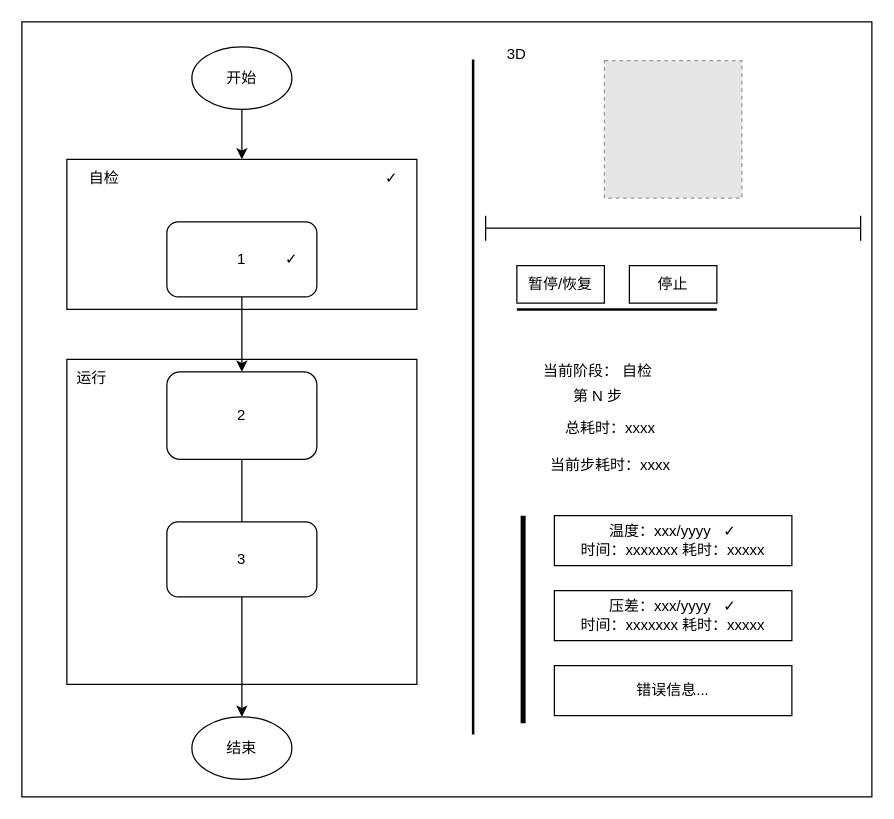
The draw.io diagram 程序运行监控页面.drawio in liz2m/draw.images, before the edit. Source tidied: cells renumbered, new cells numbered last; positions are measured from the earlier drawing's top-left corner, leaving out a move shared by most shapes. Both pictures are drawn from the tidied source at 125%, with x=0, y=0 at pixel (21, 21). Pictures stored in the file or linked from it are replaced by grey dashed boxes.
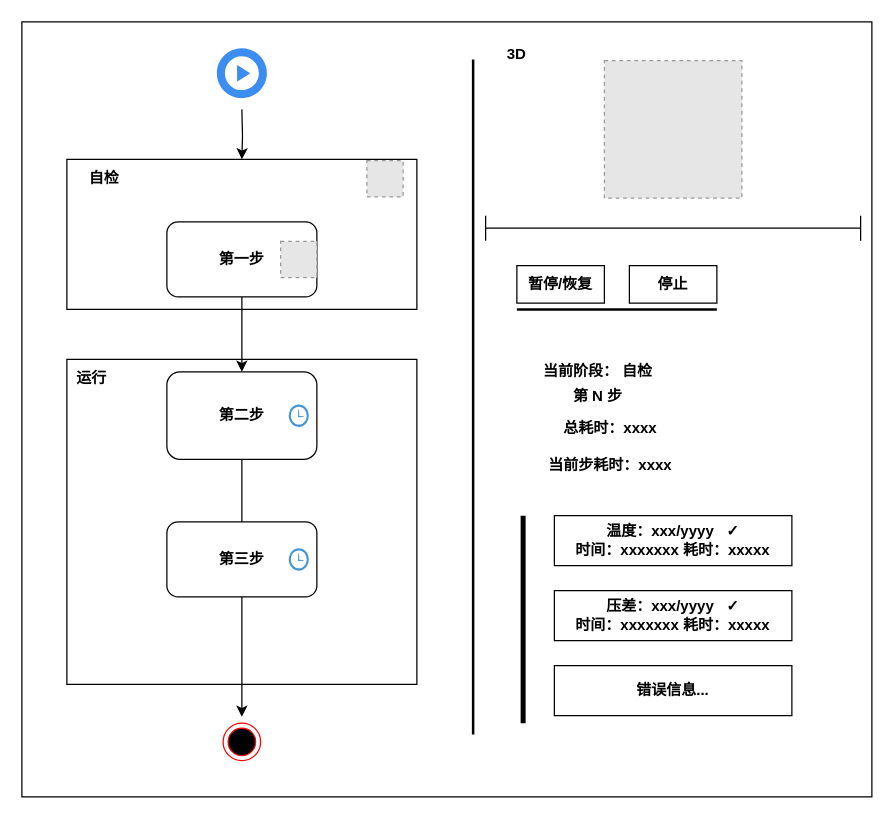
After the change.

Commit message (it also covers changes not shown here):
更新程序运行监控页面.drawio

What changed in the source:
```diff
@@
-    <mxCell id="2" style="rounded=0;whiteSpace=wrap;html=1;" parent="1" vertex="1">
+    <mxCell id="2" style="rounded=0;whiteSpace=wrap;html=1;fontStyle=1;" parent="1" vertex="1">
       <mxGeometry width="680" height="620" as="geometry" />
     </mxCell>
-    <mxCell id="3" style="rounded=0;whiteSpace=wrap;html=1;" parent="1" vertex="1">
+    <mxCell id="3" style="rounded=0;whiteSpace=wrap;html=1;fontStyle=1;" parent="1" vertex="1">
       <mxGeometry x="36" y="270" width="280" height="260" as="geometry" />
     </mxCell>
-    <mxCell id="4" style="rounded=0;whiteSpace=wrap;html=1;" parent="1" vertex="1">
+    <mxCell id="4" style="rounded=0;whiteSpace=wrap;html=1;fontStyle=1;" parent="1" vertex="1">
       <mxGeometry x="36" y="110" width="280" height="120" as="geometry" />
     </mxCell>
-    <mxCell id="5" style="edgeStyle=orthogonalEdgeStyle;rounded=0;jettySize=auto;html=1;entryX=0.5;entryY=0;entryDx=0;entryDy=0;" parent="1" edge="1" source="6" target="9">
+    <mxCell id="5" style="edgeStyle=orthogonalEdgeStyle;rounded=0;jettySize=auto;html=1;entryX=0.5;entryY=0;entryDx=0;entryDy=0;fontStyle=1;" parent="1" edge="1" source="6" target="9">
       <mxGeometry relative="1" as="geometry" />
     </mxCell>
-    <mxCell id="6" value="1" style="rounded=1;whiteSpace=wrap;html=1;" parent="1" vertex="1">
+    <mxCell id="6" value="第一步" style="rounded=1;whiteSpace=wrap;html=1;fontStyle=1;" parent="1" vertex="1">
       <mxGeometry x="116" y="160" width="120" height="60" as="geometry" />
     </mxCell>
-    <mxCell id="7" value="温度：xxx/yyyy&amp;nbsp; &amp;nbsp;✓&lt;br&gt;时间：xxxxxxx 耗时：xxxxx" style="rounded=0;whiteSpace=wrap;html=1;" parent="1" vertex="1">
+    <mxCell id="7" value="温度：xxx/yyyy&amp;nbsp; &amp;nbsp;✓&lt;br&gt;时间：xxxxxxx 耗时：xxxxx" style="rounded=0;whiteSpace=wrap;html=1;fontStyle=1;" parent="1" vertex="1">
       <mxGeometry x="426" y="395" width="190" height="40" as="geometry" />
     </mxCell>
-    <mxCell id="8" style="edgeStyle=orthogonalEdgeStyle;rounded=0;jettySize=auto;html=1;entryX=0.5;entryY=0;entryDx=0;entryDy=0;" parent="1" edge="1" source="9" target="27">
-      <mxGeometry relative="1" as="geometry" />
+    <mxCell id="8" style="edgeStyle=orthogonalEdgeStyle;rounded=0;jettySize=auto;html=1;entryX=0.5;entryY=0;entryDx=0;entryDy=0;fontStyle=1;" parent="1" edge="1" source="9">
+      <mxGeometry relative="1" as="geometry">
+        <mxPoint x="176" y="556" as="targetPoint" />
+      </mxGeometry>
     </mxCell>
-    <mxCell id="9" value="2" style="rounded=1;whiteSpace=wrap;html=1;" parent="1" vertex="1">
+    <mxCell id="9" value="第二步" style="rounded=1;whiteSpace=wrap;html=1;fontStyle=1;" parent="1" vertex="1">
       <mxGeometry x="116" y="280" width="120" height="70" as="geometry" />
     </mxCell>
-    <mxCell id="10" value="压差：xxx/yyyy&amp;nbsp; &amp;nbsp;✓&lt;br&gt;时间：xxxxxxx 耗时：xxxxx" style="rounded=0;whiteSpace=wrap;html=1;" parent="1" vertex="1">
+    <mxCell id="10" value="压差：xxx/yyyy&amp;nbsp; &amp;nbsp;✓&lt;br&gt;时间：xxxxxxx 耗时：xxxxx" style="rounded=0;whiteSpace=wrap;html=1;fontStyle=1;" parent="1" vertex="1">
       <mxGeometry x="426" y="455" width="190" height="40" as="geometry" />
     </mxCell>
-    <mxCell id="11" value="3" style="rounded=1;whiteSpace=wrap;html=1;" parent="1" vertex="1">
+    <mxCell id="11" value="第三步" style="rounded=1;whiteSpace=wrap;html=1;fontStyle=1;" parent="1" vertex="1">
       <mxGeometry x="116" y="400" width="120" height="60" as="geometry" />
     </mxCell>
-    <mxCell id="12" value="自检" style="text;html=1;align=center;verticalAlign=middle;whiteSpace=wrap;rounded=0;" parent="1" vertex="1">
+    <mxCell id="12" value="自检" style="text;html=1;align=center;verticalAlign=middle;whiteSpace=wrap;rounded=0;fontStyle=1;" parent="1" vertex="1">
       <mxGeometry x="36" y="110" width="60" height="30" as="geometry" />
     </mxCell>
-    <mxCell id="13" style="edgeStyle=orthogonalEdgeStyle;rounded=0;jettySize=auto;html=1;" parent="1" edge="1" source="14" target="4">
-      <mxGeometry relative="1" as="geometry" />
+    <mxCell id="13" style="edgeStyle=orthogonalEdgeStyle;rounded=0;jettySize=auto;html=1;fontStyle=1;" parent="1" edge="1" target="4">
+      <mxGeometry relative="1" as="geometry">
+        <mxPoint x="176" y="70" as="sourcePoint" />
+      </mxGeometry>
     </mxCell>
-    <mxCell id="14" value="开始" style="ellipse;whiteSpace=wrap;html=1;" parent="1" vertex="1">
-      <mxGeometry x="136" y="20" width="80" height="50" as="geometry" />
-    </mxCell>
-    <mxCell id="15" style="line;strokeWidth=2;direction=south;html=1;" parent="1" vertex="1">
+    <mxCell id="15" style="line;strokeWidth=2;direction=south;html=1;fontStyle=1;" parent="1" vertex="1">
       <mxGeometry x="356" y="30" width="10" height="540" as="geometry" />
     </mxCell>
-    <mxCell id="16" style="line;strokeWidth=2;html=1;" parent="1" vertex="1">
+    <mxCell id="16" style="line;strokeWidth=2;html=1;fontStyle=1;" parent="1" vertex="1">
       <mxGeometry x="396" y="225" width="160" height="10" as="geometry" />
     </mxCell>
-    <mxCell id="17" value="暂停/恢复" style="rounded=0;whiteSpace=wrap;html=1;" parent="1" vertex="1">
+    <mxCell id="17" value="暂停/恢复" style="rounded=0;whiteSpace=wrap;html=1;fontStyle=1;" parent="1" vertex="1">
       <mxGeometry x="396" y="195" width="70" height="30" as="geometry" />
     </mxCell>
-    <mxCell id="18" value="停止" style="rounded=0;whiteSpace=wrap;html=1;" parent="1" vertex="1">
+    <mxCell id="18" value="停止" style="rounded=0;whiteSpace=wrap;html=1;fontStyle=1;" parent="1" vertex="1">
       <mxGeometry x="486" y="195" width="70" height="30" as="geometry" />
     </mxCell>
-    <mxCell id="19" value="运行" style="text;html=1;align=center;verticalAlign=middle;whiteSpace=wrap;rounded=0;" parent="1" vertex="1">
+    <mxCell id="19" value="运行" style="text;html=1;align=center;verticalAlign=middle;whiteSpace=wrap;rounded=0;fontStyle=1;" parent="1" vertex="1">
       <mxGeometry x="26" y="270" width="60" height="30" as="geometry" />
     </mxCell>
-    <mxCell id="20" style="line;strokeWidth=4;direction=south;html=1;perimeter=backbonePerimeter;" parent="1" vertex="1">
+    <mxCell id="20" style="line;strokeWidth=4;direction=south;html=1;perimeter=backbonePerimeter;fontStyle=1;" parent="1" vertex="1">
       <mxGeometry x="396" y="395" width="10" height="166" as="geometry" />
     </mxCell>
-    <mxCell id="21" value="当前阶段： 自检" style="text;html=1;align=center;verticalAlign=middle;whiteSpace=wrap;rounded=0;" parent="1" vertex="1">
+    <mxCell id="21" value="当前阶段： 自检" style="text;html=1;align=center;verticalAlign=middle;whiteSpace=wrap;rounded=0;fontStyle=1;" parent="1" vertex="1">
       <mxGeometry x="396" y="265" width="130" height="30" as="geometry" />
     </mxCell>
-    <mxCell id="22" value="第 N 步" style="text;html=1;align=center;verticalAlign=middle;whiteSpace=wrap;rounded=0;" parent="1" vertex="1">
+    <mxCell id="22" value="第 N 步" style="text;html=1;align=center;verticalAlign=middle;whiteSpace=wrap;rounded=0;fontStyle=1;" parent="1" vertex="1">
       <mxGeometry x="396" y="285" width="130" height="30" as="geometry" />
     </mxCell>
-    <mxCell id="23" value="总耗时：xxxx" style="text;html=1;align=center;verticalAlign=middle;whiteSpace=wrap;rounded=0;" parent="1" vertex="1">
+    <mxCell id="23" value="总耗时：xxxx" style="text;html=1;align=center;verticalAlign=middle;whiteSpace=wrap;rounded=0;fontStyle=1;" parent="1" vertex="1">
       <mxGeometry x="406" y="310" width="130" height="30" as="geometry" />
     </mxCell>
-    <mxCell id="24" value="当前步耗时：xxxx" style="text;html=1;align=center;verticalAlign=middle;whiteSpace=wrap;rounded=0;" parent="1" vertex="1">
+    <mxCell id="24" value="当前步耗时：xxxx" style="text;html=1;align=center;verticalAlign=middle;whiteSpace=wrap;rounded=0;fontStyle=1;" parent="1" vertex="1">
       <mxGeometry x="406" y="340" width="130" height="30" as="geometry" />
     </mxCell>
-    <mxCell id="25" value="✓" style="text;html=1;align=center;verticalAlign=middle;whiteSpace=wrap;rounded=0;" parent="1" vertex="1">
-      <mxGeometry x="186" y="175" width="60" height="30" as="geometry" />
-    </mxCell>
-    <mxCell id="26" value="✓" style="text;html=1;align=center;verticalAlign=middle;whiteSpace=wrap;rounded=0;" parent="1" vertex="1">
-      <mxGeometry x="266" y="110" width="60" height="30" as="geometry" />
-    </mxCell>
-    <mxCell id="27" value="结束" style="ellipse;whiteSpace=wrap;html=1;" parent="1" vertex="1">
-      <mxGeometry x="136" y="556" width="80" height="50" as="geometry" />
-    </mxCell>
-    <mxCell id="28" value="错误信息..." style="rounded=0;whiteSpace=wrap;html=1;" parent="1" vertex="1">
+    <mxCell id="28" value="错误信息..." style="rounded=0;whiteSpace=wrap;html=1;fontStyle=1;" parent="1" vertex="1">
       <mxGeometry x="426" y="515" width="190" height="40" as="geometry" />
     </mxCell>
-    <mxCell id="29" style="shape=crossbar;whiteSpace=wrap;html=1;rounded=1;" parent="1" vertex="1">
+    <mxCell id="29" style="shape=crossbar;whiteSpace=wrap;html=1;rounded=1;fontStyle=1;" parent="1" vertex="1">
       <mxGeometry x="371" y="155" width="300" height="20" as="geometry" />
     </mxCell>
-    <mxCell id="30" style="fillColor=#E6E6E6;strokeColor=#999999;dashed=1;html=1;verticalAlign=top;verticalLabelPosition=bottom;labelBackgroundColor=#ffffff;" parent="1" vertex="1">
+    <mxCell id="30" style="fillColor=#E6E6E6;strokeColor=#999999;dashed=1;html=1;verticalAlign=top;verticalLabelPosition=bottom;labelBackgroundColor=#ffffff;fontStyle=1;" parent="1" vertex="1">
       <mxGeometry x="466" y="31" width="110" height="110" as="geometry" />
     </mxCell>
-    <mxCell id="31" value="3D" style="text;html=1;align=center;verticalAlign=middle;whiteSpace=wrap;rounded=0;" parent="1" vertex="1">
+    <mxCell id="31" value="3D" style="text;html=1;align=center;verticalAlign=middle;whiteSpace=wrap;rounded=0;fontStyle=1;" parent="1" vertex="1">
       <mxGeometry x="366" y="11" width="60" height="30" as="geometry" />
     </mxCell>
+    <mxCell id="32" style="sketch=0;html=1;strokeColor=none;shadow=0;fillColor=#3B8DF1;verticalAlign=top;labelPosition=center;verticalLabelPosition=bottom;shape=mxgraph.gcp2.play_start;fontStyle=1;" parent="1" vertex="1">
+      <mxGeometry x="156" y="21" width="40" height="40" as="geometry" />
+    </mxCell>
+    <mxCell id="33" style="ellipse;html=1;shape=endState;fillColor=#000000;strokeColor=#ff0000;fontStyle=1;" parent="1" vertex="1">
+      <mxGeometry x="161" y="561" width="30" height="30" as="geometry" />
+    </mxCell>
+    <mxCell id="34" style="fillColor=#E6E6E6;strokeColor=#999999;dashed=1;html=1;verticalAlign=top;verticalLabelPosition=bottom;labelBackgroundColor=#ffffff;" parent="1" vertex="1">
+      <mxGeometry x="207" y="175.5" width="29" height="29" as="geometry" />
+    </mxCell>
+    <mxCell id="35" style="fillColor=#E6E6E6;strokeColor=#999999;dashed=1;html=1;verticalAlign=top;verticalLabelPosition=bottom;labelBackgroundColor=#ffffff;" parent="1" vertex="1">
+      <mxGeometry x="276" y="111" width="29" height="29" as="geometry" />
+    </mxCell>
+    <mxCell id="36" style="shadow=0;dashed=0;html=1;strokeColor=none;fillColor=#4495D1;labelPosition=center;verticalLabelPosition=bottom;verticalAlign=top;align=center;shape=mxgraph.veeam.time;" parent="1" vertex="1">
+      <mxGeometry x="213.5" y="306" width="16" height="18" as="geometry" />
+    </mxCell>
+    <mxCell id="37" style="shadow=0;dashed=0;html=1;strokeColor=none;fillColor=#4495D1;labelPosition=center;verticalLabelPosition=bottom;verticalAlign=top;align=center;shape=mxgraph.veeam.time;" parent="1" vertex="1">
+      <mxGeometry x="213.5" y="421" width="16" height="18" as="geometry" />
+    </mxCell>
```
